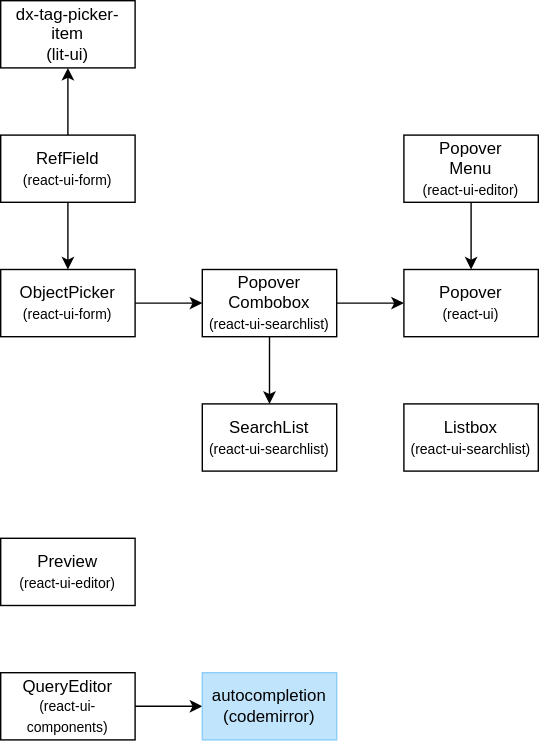
The draw.io diagram packages/ui/react-ui-components/docs/components.drawio.svg in dxos/dxos, before a commit. Source tidied: cells renumbered, new cells last; positions are measured from the earlier drawing's top-left corner, leaving out a move shared by most shapes.
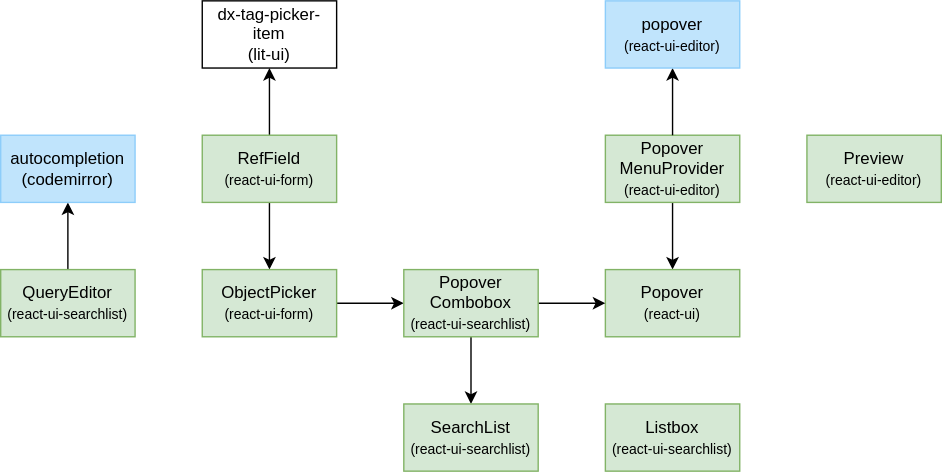
The same diagram one commit later.

Commit message:
docs: update Listbox component story with faker data and translations

The edit, as a diff of the source:
```diff
@@ -8,13 +8,13 @@
     <mxCell id="3" style="edgeStyle=none;html=1;" parent="1" edge="1" source="4" target="7">
       <mxGeometry relative="1" as="geometry" />
     </mxCell>
-    <mxCell id="4" value="RefField&lt;br&gt;&lt;font style=&quot;font-size: 10px;&quot;&gt;(react-ui-form)&lt;/font&gt;" style="rounded=0;whiteSpace=wrap;html=1;" parent="1" vertex="1">
+    <mxCell id="4" value="RefField&lt;br&gt;&lt;font style=&quot;font-size: 10px;&quot;&gt;(react-ui-form)&lt;/font&gt;" style="rounded=0;whiteSpace=wrap;html=1;fillColor=#d5e8d4;strokeColor=#82b366;" parent="1" vertex="1">
       <mxGeometry y="96" width="96" height="48" as="geometry" />
     </mxCell>
     <mxCell id="5" style="edgeStyle=none;html=1;exitX=1;exitY=0.5;exitDx=0;exitDy=0;" parent="1" edge="1" source="6" target="13">
       <mxGeometry relative="1" as="geometry" />
     </mxCell>
-    <mxCell id="6" value="ObjectPicker&lt;br&gt;&lt;font style=&quot;font-size: 10px;&quot;&gt;(react-ui-form)&lt;/font&gt;" style="rounded=0;whiteSpace=wrap;html=1;" parent="1" vertex="1">
+    <mxCell id="6" value="ObjectPicker&lt;br&gt;&lt;font style=&quot;font-size: 10px;&quot;&gt;(react-ui-form)&lt;/font&gt;" style="rounded=0;whiteSpace=wrap;html=1;fillColor=#d5e8d4;strokeColor=#82b366;" parent="1" vertex="1">
       <mxGeometry y="192" width="96" height="48" as="geometry" />
     </mxCell>
     <mxCell id="7" value="dx-tag-picker-item&lt;br&gt;(lit-ui)" style="rounded=0;whiteSpace=wrap;html=1;" parent="1" vertex="1">
@@ -23,10 +23,10 @@
     <mxCell id="8" style="edgeStyle=none;html=1;" parent="1" edge="1" source="9" target="10">
       <mxGeometry relative="1" as="geometry" />
     </mxCell>
-    <mxCell id="9" value="Popover&lt;br&gt;Menu&lt;br&gt;&lt;font style=&quot;font-size: 10px;&quot;&gt;(react-ui-editor)&lt;/font&gt;" style="rounded=0;whiteSpace=wrap;html=1;" parent="1" vertex="1">
+    <mxCell id="9" value="Popover&lt;br&gt;MenuProvider&lt;br&gt;&lt;font style=&quot;font-size: 10px;&quot;&gt;(react-ui-editor)&lt;/font&gt;" style="rounded=0;whiteSpace=wrap;html=1;fillColor=#d5e8d4;strokeColor=#82b366;" parent="1" vertex="1">
       <mxGeometry x="288" y="96" width="96" height="48" as="geometry" />
     </mxCell>
-    <mxCell id="10" value="Popover&lt;br&gt;&lt;font style=&quot;font-size: 10px;&quot;&gt;(react-ui)&lt;/font&gt;" style="rounded=0;whiteSpace=wrap;html=1;" parent="1" vertex="1">
+    <mxCell id="10" value="Popover&lt;br&gt;&lt;font style=&quot;font-size: 10px;&quot;&gt;(react-ui)&lt;/font&gt;" style="rounded=0;whiteSpace=wrap;html=1;fillColor=#d5e8d4;strokeColor=#82b366;" parent="1" vertex="1">
       <mxGeometry x="288" y="192" width="96" height="48" as="geometry" />
     </mxCell>
     <mxCell id="11" style="edgeStyle=none;html=1;exitX=1;exitY=0.5;exitDx=0;exitDy=0;" parent="1" edge="1" source="13" target="10">
@@ -35,26 +35,32 @@
     <mxCell id="12" style="edgeStyle=none;html=1;exitX=0.5;exitY=1;exitDx=0;exitDy=0;" parent="1" edge="1" source="13" target="14">
       <mxGeometry relative="1" as="geometry" />
     </mxCell>
-    <mxCell id="13" value="Popover&lt;br&gt;Combobox&lt;br&gt;&lt;font style=&quot;font-size: 10px;&quot;&gt;(react-ui-searchlist)&lt;/font&gt;" style="rounded=0;whiteSpace=wrap;html=1;" parent="1" vertex="1">
+    <mxCell id="13" value="Popover&lt;br&gt;Combobox&lt;br&gt;&lt;font style=&quot;font-size: 10px;&quot;&gt;(react-ui-searchlist)&lt;/font&gt;" style="rounded=0;whiteSpace=wrap;html=1;fillColor=#d5e8d4;strokeColor=#82b366;" parent="1" vertex="1">
       <mxGeometry x="144" y="192" width="96" height="48" as="geometry" />
     </mxCell>
-    <mxCell id="14" value="SearchList&lt;br&gt;&lt;font style=&quot;font-size: 10px;&quot;&gt;(react-ui-searchlist)&lt;/font&gt;" style="rounded=0;whiteSpace=wrap;html=1;" parent="1" vertex="1">
+    <mxCell id="14" value="SearchList&lt;br&gt;&lt;font style=&quot;font-size: 10px;&quot;&gt;(react-ui-searchlist)&lt;/font&gt;" style="rounded=0;whiteSpace=wrap;html=1;fillColor=#d5e8d4;strokeColor=#82b366;" parent="1" vertex="1">
       <mxGeometry x="144" y="288" width="96" height="48" as="geometry" />
     </mxCell>
-    <mxCell id="15" style="edgeStyle=none;html=1;exitX=1;exitY=0.5;exitDx=0;exitDy=0;" parent="1" edge="1" source="16" target="17">
+    <mxCell id="15" style="edgeStyle=none;html=1;" parent="1" edge="1" source="16" target="17">
       <mxGeometry relative="1" as="geometry" />
     </mxCell>
-    <mxCell id="16" value="QueryEditor&lt;br&gt;&lt;font style=&quot;font-size: 10px;&quot;&gt;(react-ui-components)&lt;/font&gt;" style="rounded=0;whiteSpace=wrap;html=1;" parent="1" vertex="1">
-      <mxGeometry y="480" width="96" height="48" as="geometry" />
+    <mxCell id="16" value="QueryEditor&lt;br&gt;&lt;font style=&quot;font-size: 10px;&quot;&gt;(react-ui-searchlist)&lt;/font&gt;" style="rounded=0;whiteSpace=wrap;html=1;fillColor=#d5e8d4;strokeColor=#82b366;" parent="1" vertex="1">
+      <mxGeometry x="-144" y="192" width="96" height="48" as="geometry" />
     </mxCell>
     <mxCell id="17" value="autocompletion&lt;br&gt;(codemirror)" style="rounded=0;whiteSpace=wrap;html=1;fillColor=#C0E4FC;fontColor=#000000;strokeColor=#8DCDFA;" parent="1" vertex="1">
-      <mxGeometry x="144" y="480" width="96" height="48" as="geometry" />
+      <mxGeometry x="-144" y="96" width="96" height="48" as="geometry" />
     </mxCell>
-    <mxCell id="18" value="Preview&lt;br&gt;&lt;font style=&quot;font-size: 10px;&quot;&gt;(react-ui-editor)&lt;/font&gt;" style="rounded=0;whiteSpace=wrap;html=1;" parent="1" vertex="1">
-      <mxGeometry y="384" width="96" height="48" as="geometry" />
+    <mxCell id="18" value="Preview&lt;br&gt;&lt;font style=&quot;font-size: 10px;&quot;&gt;(react-ui-editor)&lt;/font&gt;" style="rounded=0;whiteSpace=wrap;html=1;fillColor=#d5e8d4;strokeColor=#82b366;" parent="1" vertex="1">
+      <mxGeometry x="432" y="96" width="96" height="48" as="geometry" />
     </mxCell>
-    <mxCell id="19" value="Listbox&lt;br&gt;&lt;font style=&quot;font-size: 10px;&quot;&gt;(react-ui-searchlist)&lt;/font&gt;" style="rounded=0;whiteSpace=wrap;html=1;" parent="1" vertex="1">
+    <mxCell id="19" value="Listbox&lt;br&gt;&lt;font style=&quot;font-size: 10px;&quot;&gt;(react-ui-searchlist)&lt;/font&gt;" style="rounded=0;whiteSpace=wrap;html=1;fillColor=#d5e8d4;strokeColor=#82b366;" parent="1" vertex="1">
       <mxGeometry x="288" y="288" width="96" height="48" as="geometry" />
     </mxCell>
+    <mxCell id="20" style="edgeStyle=none;html=1;" parent="1" edge="1" source="9" target="21">
+      <mxGeometry relative="1" as="geometry" />
+    </mxCell>
+    <mxCell id="21" value="popover&lt;br&gt;&lt;font style=&quot;font-size: 10px;&quot;&gt;(react-ui-editor)&lt;/font&gt;" style="rounded=0;whiteSpace=wrap;html=1;fillColor=#C0E4FC;fontColor=#000000;strokeColor=#8DCDFA;" parent="1" vertex="1">
+      <mxGeometry x="288" width="96" height="48" as="geometry" />
+    </mxCell>
   </root>
 </mxGraphModel>
```
